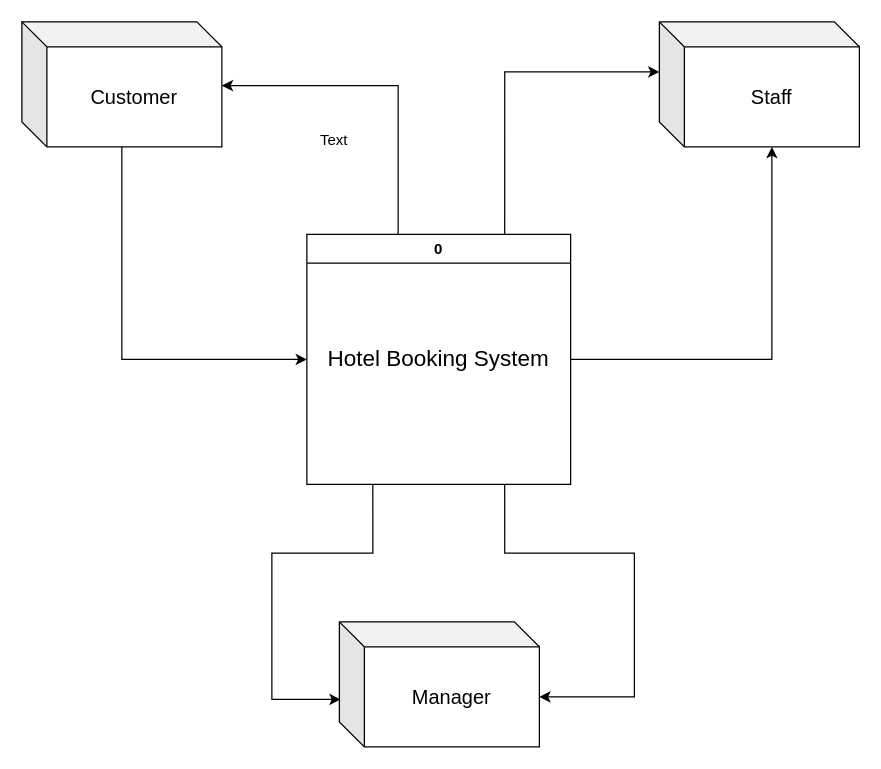
This is แบบแผนที่ยังไม่ได้ตั้งชื่อ.drawio from Yaya25aom/bookhotel, a draw.io file, before an edit. Source tidied: cells renumbered, new cells numbered last; positions are measured from the earlier drawing's top-left corner, leaving out a move shared by most shapes. Both pictures are drawn from the tidied source at 125%, with x=0, y=0 at pixel (21, 21).
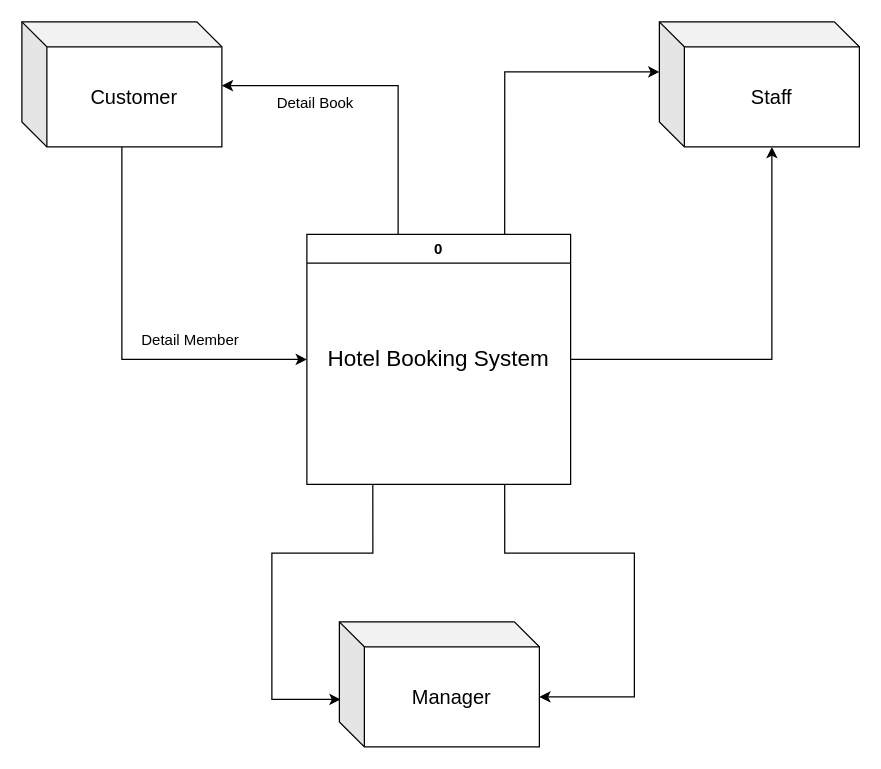
The same page after the edit.

Diff of the diagram source:
```diff
@@
-    <mxCell id="13" value="Text" style="text;html=1;strokeColor=none;fillColor=none;align=center;verticalAlign=middle;whiteSpace=wrap;rounded=0;" parent="1" vertex="1">
-      <mxGeometry x="220" y="80" width="60" height="30" as="geometry" />
+    <mxCell id="13" value="Detail Book" style="text;html=1;strokeColor=none;fillColor=none;align=center;verticalAlign=middle;whiteSpace=wrap;rounded=0;" parent="1" vertex="1">
+      <mxGeometry x="170" y="50" width="130" height="30" as="geometry" />
     </mxCell>
+    <mxCell id="14" value="Detail Member" style="text;html=1;strokeColor=none;fillColor=none;align=center;verticalAlign=middle;whiteSpace=wrap;rounded=0;" parent="1" vertex="1">
+      <mxGeometry x="70" y="240" width="130" height="30" as="geometry" />
+    </mxCell>
```
